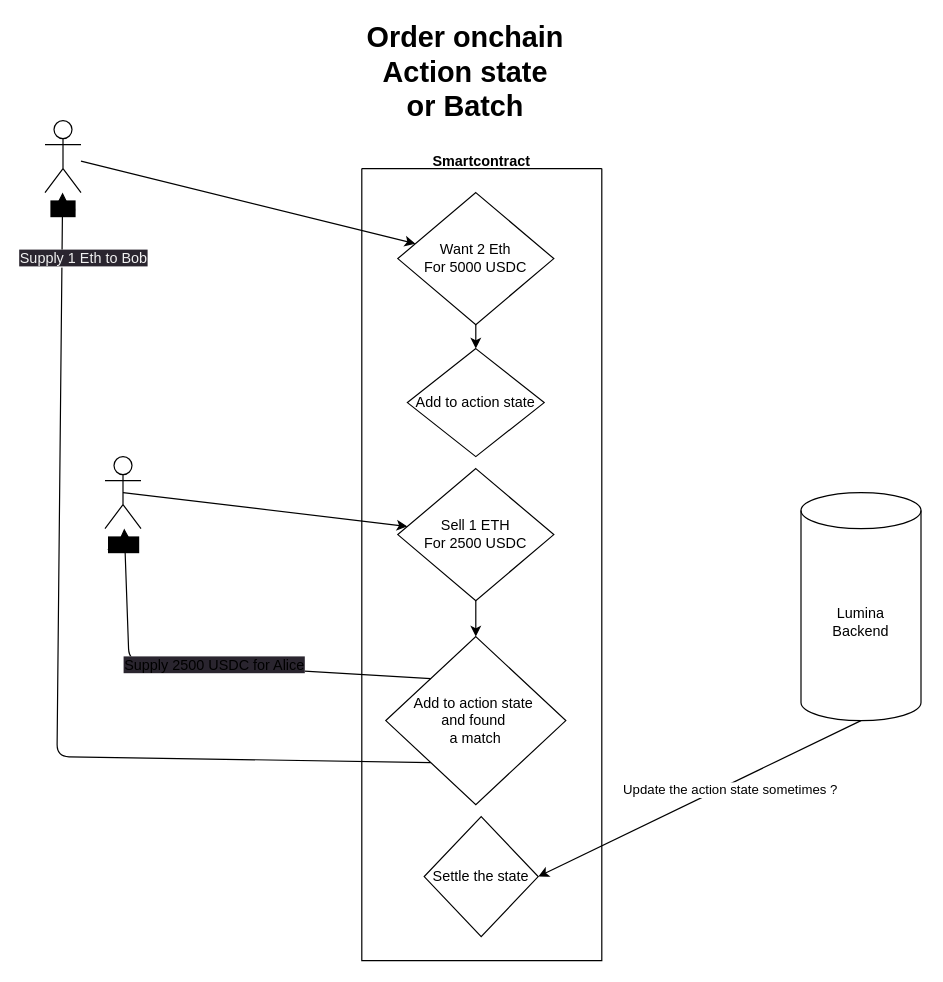
Above: packages/contracts/order-onchain.drawio in Lumina-DEX/lumina-permissioned (draw.io), before the change. Source tidied: cells renumbered, new cells numbered last; positions are measured from the earlier drawing's top-left corner, leaving out a move shared by most shapes. Both pictures are drawn from the tidied source at 120%, with x=0, y=0 at pixel (44, 48).
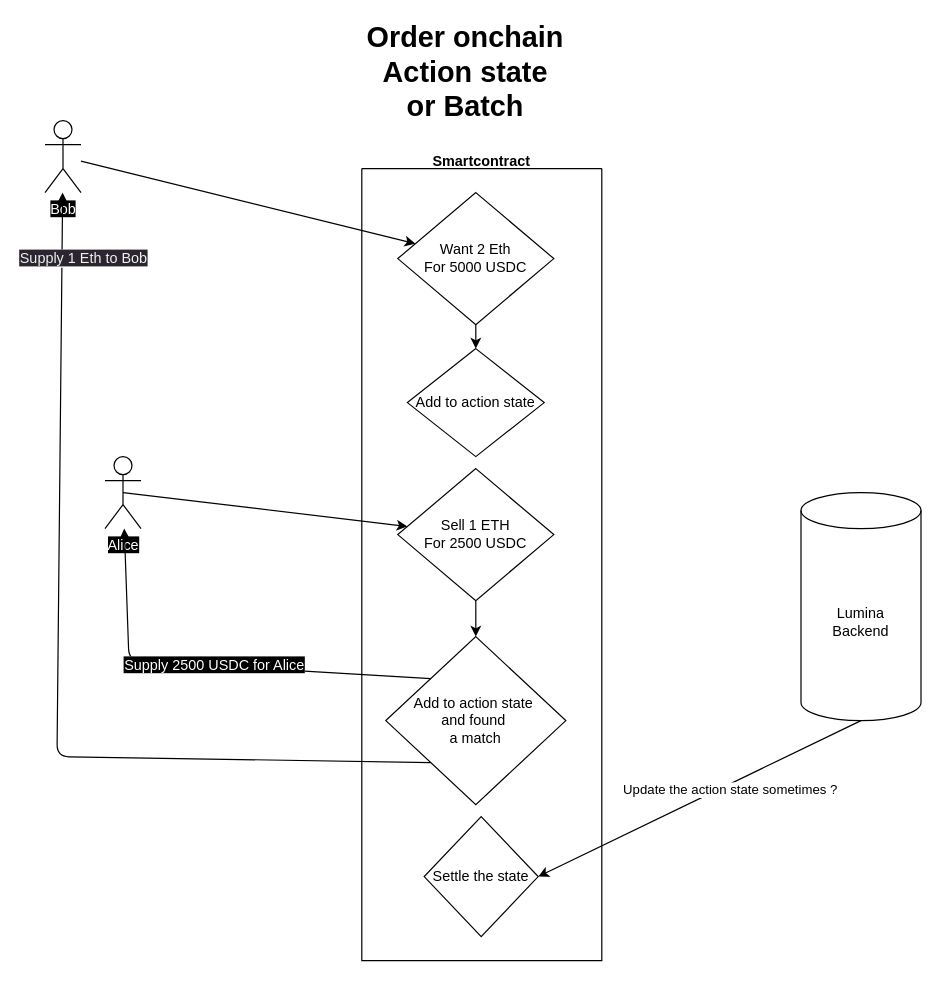
After the change.

The change refers to these unchanged cells:
```xml
<mxCell id="8" value="Add to action state&amp;nbsp;&lt;br&gt;and found&amp;nbsp;&lt;br&gt;a match" style="rhombus;whiteSpace=wrap;html=1;" parent="5" vertex="1">
  <mxGeometry x="20" y="390" width="150" height="140" as="geometry" />
</mxCell>
```

The edit, as a diff of the source:
```diff
@@
-    <mxCell id="2" value="&lt;span style=&quot;background-color: rgb(0, 0, 0);&quot;&gt;Bob&lt;/span&gt;" style="shape=umlActor;verticalLabelPosition=bottom;verticalAlign=top;html=1;outlineConnect=0;" parent="1" vertex="1">
+    <mxCell id="2" value="&lt;font style=&quot;background-color: rgb(0, 0, 0);&quot; color=&quot;#ffffff&quot;&gt;Bob&lt;/font&gt;" style="shape=umlActor;verticalLabelPosition=bottom;verticalAlign=top;html=1;outlineConnect=0;" parent="1" vertex="1">
       <mxGeometry y="60" width="30" height="60" as="geometry" />
     </mxCell>
-    <mxCell id="3" value="&lt;span style=&quot;background-color: rgb(0, 0, 0);&quot;&gt;Alice&lt;/span&gt;" style="shape=umlActor;verticalLabelPosition=bottom;verticalAlign=top;html=1;outlineConnect=0;" parent="1" vertex="1">
+    <mxCell id="3" value="&lt;font style=&quot;background-color: rgb(0, 0, 0);&quot; color=&quot;#ffffff&quot;&gt;Alice&lt;/font&gt;" style="shape=umlActor;verticalLabelPosition=bottom;verticalAlign=top;html=1;outlineConnect=0;" parent="1" vertex="1">
       <mxGeometry x="50" y="340" width="30" height="60" as="geometry" />
     </mxCell>
@@
-    <mxCell id="17" value="&lt;span style=&quot;font-size: 12px; font-weight: 400; background-color: rgb(42, 37, 47);&quot;&gt;Supply 2500 USDC for Alice&lt;/span&gt;" style="endArrow=classic;html=1;fontStyle=1;exitX=0;exitY=0;exitDx=0;exitDy=0;" parent="1" edge="1" source="8" target="3">
+    <mxCell id="17" value="&lt;span style=&quot;font-size: 12px; font-weight: 400; background-color: rgb(0, 0, 0);&quot;&gt;&lt;font style=&quot;&quot; color=&quot;#ffffff&quot;&gt;Supply 2500 USDC for Alice&lt;/font&gt;&lt;/span&gt;" style="endArrow=classic;html=1;fontStyle=1;exitX=0;exitY=0;exitDx=0;exitDy=0;" parent="1" edge="1" source="8" target="3">
       <mxGeometry relative="1" as="geometry">
         <Array as="points">
           <mxPoint x="70" y="510" />
         </Array>
       </mxGeometry>
     </mxCell>
```
